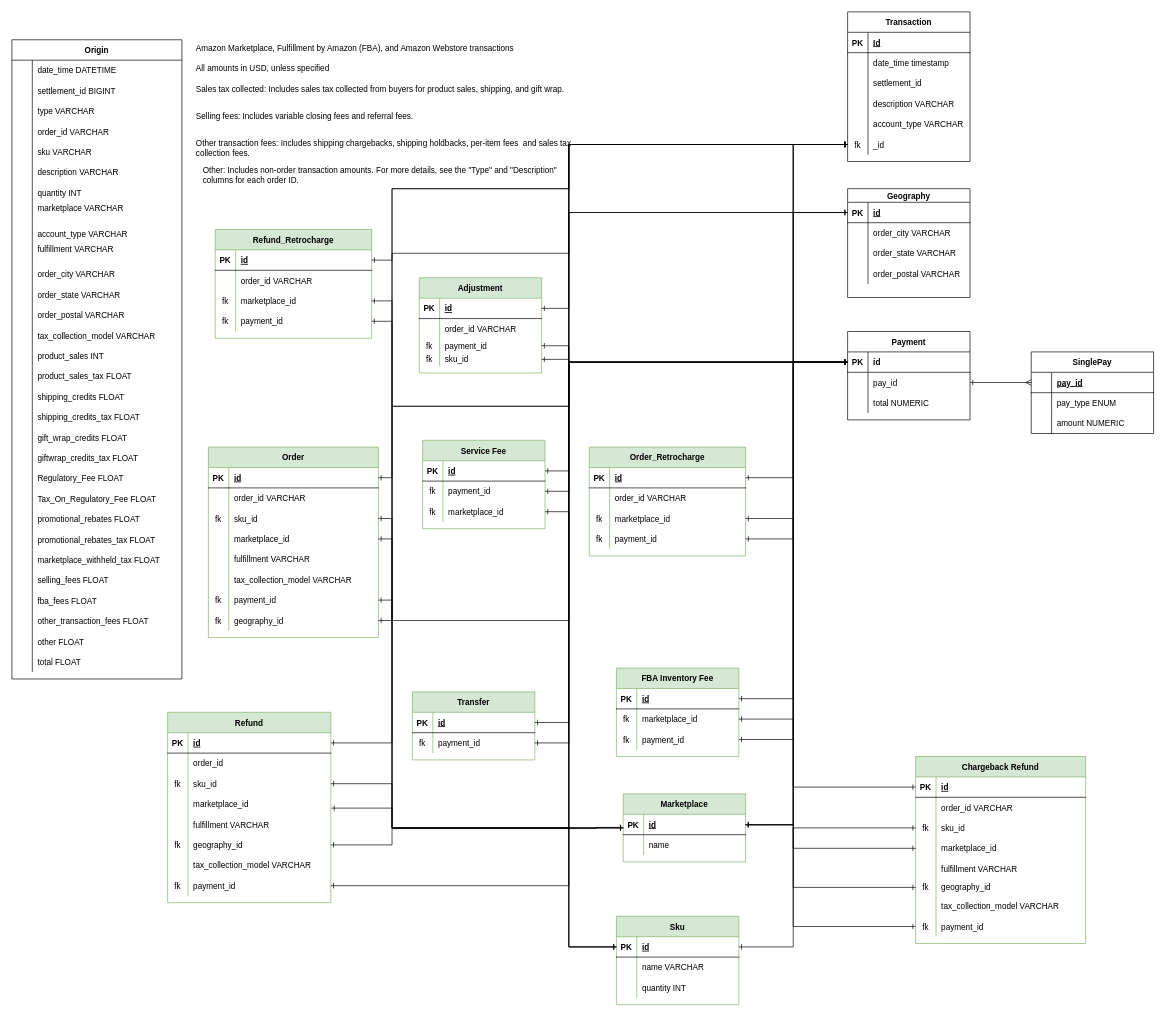
Before: norm_maelys.drawio.xml in Urzhumtsev1/maelys, a draw.io diagram. Source tidied: cells renumbered, new cells numbered last; positions are measured from the earlier drawing's top-left corner, leaving out a move shared by most shapes. Both pictures are drawn from the tidied source at 68%, with x=0, y=0 at pixel (12, 12).
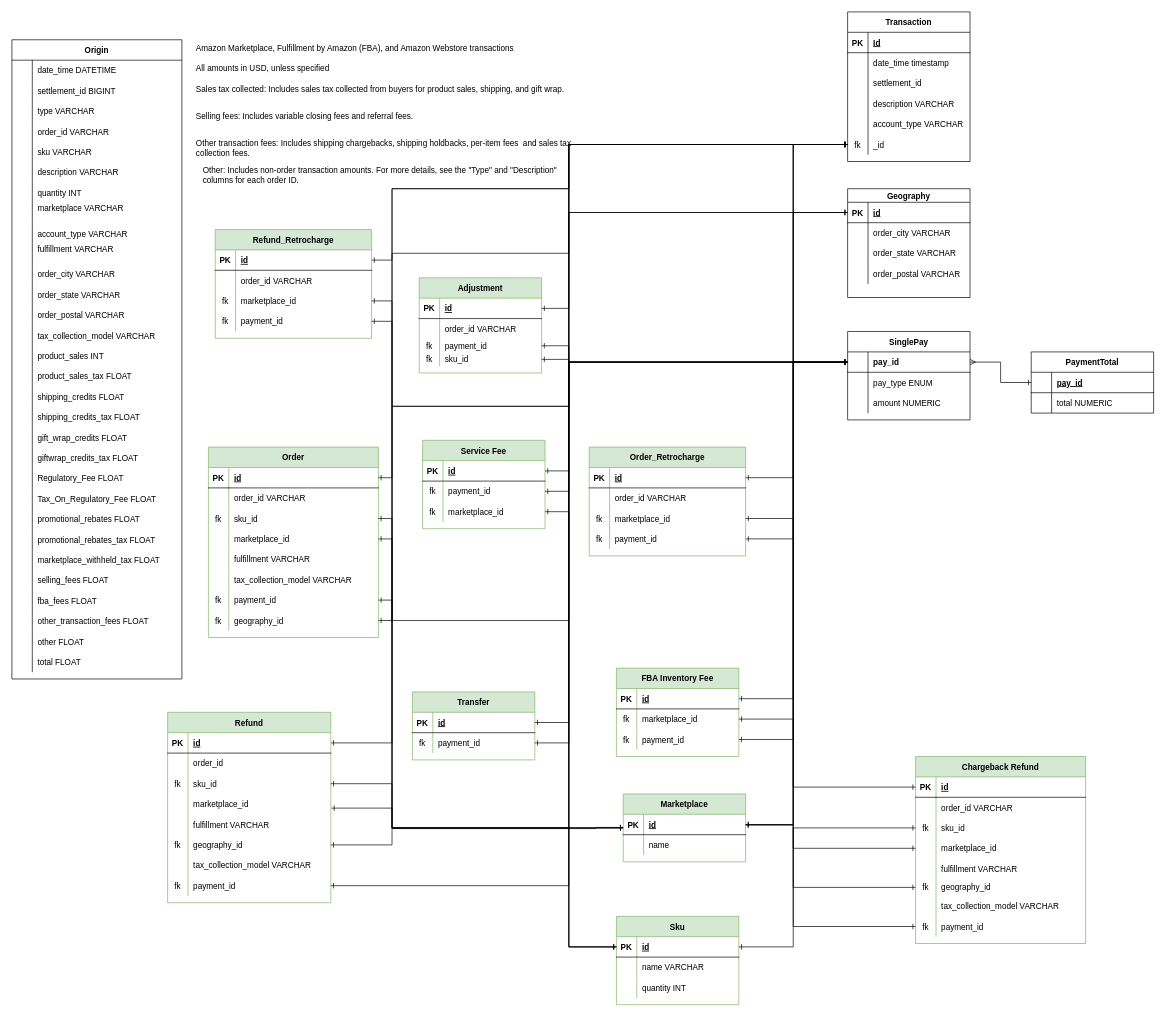
The same page after the edit.

Unchanged cells that the change refers to:
```xml
<mxCell id="229" style="shape=tableRow;horizontal=0;startSize=0;swimlaneHead=0;swimlaneBody=0;fillColor=none;points=[[0,0.5],[1,0.5]];portConstraint=eastwest;top=0;left=0;right=0;bottom=1;strokeColor=default;" parent="228" vertex="1">
  <mxGeometry y="30" width="180" height="30" as="geometry" />
</mxCell>
<mxCell id="232" style="shape=tableRow;horizontal=0;startSize=0;swimlaneHead=0;swimlaneBody=0;fillColor=none;points=[[0,0.5],[1,0.5]];portConstraint=eastwest;top=0;left=0;right=0;bottom=0;strokeColor=default;" parent="228" vertex="1">
  <mxGeometry y="60" width="180" height="30" as="geometry" />
</mxCell>
<mxCell id="235" style="shape=tableRow;horizontal=0;startSize=0;swimlaneHead=0;swimlaneBody=0;fillColor=none;top=0;left=0;right=0;bottom=0;strokeColor=default;" parent="228" vertex="1">
  <mxGeometry y="90" width="180" height="30" as="geometry" />
</mxCell>
<mxCell id="240" style="shape=tableRow;horizontal=0;startSize=0;swimlaneHead=0;swimlaneBody=0;fillColor=none;points=[[0,0.5],[1,0.5]];portConstraint=eastwest;top=0;left=0;right=0;bottom=1;strokeColor=default;" parent="239" vertex="1">
  <mxGeometry y="30" width="180" height="30" as="geometry" />
</mxCell>
```

Change to the diagram source:
```diff
@@
-    <mxCell id="228" value="Payment" style="shape=table;startSize=30;childLayout=tableLayout;rowLines=0;fontStyle=1;align=center;strokeColor=default;" parent="1" vertex="1">
+    <mxCell id="228" value="SinglePay" style="shape=table;startSize=30;childLayout=tableLayout;rowLines=0;fontStyle=1;align=center;strokeColor=default;" parent="1" vertex="1">
       <mxGeometry x="1229" y="470" width="180" height="130" as="geometry" />
     </mxCell>
@@
-    <mxCell id="230" value="PK" style="shape=partialRectangle;fillColor=none;top=0;left=0;bottom=0;right=0;fontStyle=1;overflow=hidden;strokeColor=default;" parent="229" vertex="1">
+    <mxCell id="230" style="shape=partialRectangle;fillColor=none;top=0;left=0;bottom=0;right=0;fontStyle=1;overflow=hidden;strokeColor=default;" parent="229" vertex="1">
       <mxGeometry width="30" height="30" as="geometry" />
     </mxCell>
-    <mxCell id="231" value="id" style="shape=partialRectangle;fillColor=none;top=0;left=0;bottom=0;right=0;align=left;spacingLeft=6;fontStyle=1;overflow=hidden;strokeColor=default;" parent="229" vertex="1">
+    <mxCell id="231" value="pay_id" style="shape=partialRectangle;fillColor=none;top=0;left=0;bottom=0;right=0;align=left;spacingLeft=6;fontStyle=1;overflow=hidden;strokeColor=default;" parent="229" vertex="1">
       <mxGeometry x="30" width="150" height="30" as="geometry" />
     </mxCell>
@@
-    <mxCell id="234" value="pay_id" style="shape=partialRectangle;fillColor=none;top=0;left=0;bottom=0;right=0;align=left;spacingLeft=6;overflow=hidden;strokeColor=default;" parent="232" vertex="1">
+    <mxCell id="234" value="pay_type ENUM" style="shape=partialRectangle;fillColor=none;top=0;left=0;bottom=0;right=0;align=left;spacingLeft=6;overflow=hidden;strokeColor=default;" parent="232" vertex="1">
       <mxGeometry x="30" width="150" height="30" as="geometry" />
     </mxCell>
@@
-    <mxCell id="237" value="total NUMERIC" style="shape=partialRectangle;fillColor=none;top=0;left=0;bottom=0;right=0;align=left;spacingLeft=6;overflow=hidden;strokeColor=default;" parent="235" vertex="1">
+    <mxCell id="237" value="amount NUMERIC" style="shape=partialRectangle;fillColor=none;top=0;left=0;bottom=0;right=0;align=left;spacingLeft=6;overflow=hidden;strokeColor=default;" parent="235" vertex="1">
       <mxGeometry x="30" width="150" height="30" as="geometry" />
     </mxCell>
@@
-    <mxCell id="239" value="SinglePay" style="shape=table;startSize=30;childLayout=tableLayout;rowLines=0;fontStyle=1;align=center;strokeColor=default;" parent="1" vertex="1">
-      <mxGeometry x="1499" y="500" width="180" height="120" as="geometry" />
+    <mxCell id="239" value="PaymentTotal" style="shape=table;startSize=30;childLayout=tableLayout;rowLines=0;fontStyle=1;align=center;strokeColor=default;" parent="1" vertex="1">
+      <mxGeometry x="1499" y="500" width="180" height="90" as="geometry" />
     </mxCell>
@@
-    <mxCell id="243" style="shape=tableRow;horizontal=0;startSize=0;swimlaneHead=0;swimlaneBody=0;fillColor=none;top=0;left=0;right=0;bottom=0;strokeColor=default;" parent="239" vertex="1">
-      <mxGeometry y="60" width="180" height="30" as="geometry" />
-    </mxCell>
-    <mxCell id="244" style="shape=partialRectangle;fillColor=none;top=0;left=0;bottom=0;right=0;overflow=hidden;strokeColor=default;" parent="243" vertex="1">
-      <mxGeometry width="30" height="30" as="geometry" />
-    </mxCell>
-    <mxCell id="245" value="pay_type ENUM" style="shape=partialRectangle;fillColor=none;top=0;left=0;bottom=0;right=0;align=left;spacingLeft=6;overflow=hidden;strokeColor=default;" parent="243" vertex="1">
-      <mxGeometry x="30" width="150" height="30" as="geometry" />
-    </mxCell>
     <mxCell id="246" style="shape=tableRow;horizontal=0;startSize=0;swimlaneHead=0;swimlaneBody=0;fillColor=none;top=0;left=0;right=0;bottom=0;strokeColor=default;" parent="239" vertex="1">
-      <mxGeometry y="90" width="180" height="30" as="geometry" />
+      <mxGeometry y="60" width="180" height="30" as="geometry" />
     </mxCell>
@@
-    <mxCell id="248" value="amount NUMERIC" style="shape=partialRectangle;fillColor=none;top=0;left=0;bottom=0;right=0;align=left;spacingLeft=6;overflow=hidden;strokeColor=default;" parent="246" vertex="1">
+    <mxCell id="248" value="total NUMERIC" style="shape=partialRectangle;fillColor=none;top=0;left=0;bottom=0;right=0;align=left;spacingLeft=6;overflow=hidden;strokeColor=default;" parent="246" vertex="1">
       <mxGeometry x="30" width="150" height="30" as="geometry" />
     </mxCell>
-    <mxCell id="249" style="edgeStyle=orthogonalEdgeStyle;rounded=0;jettySize=auto;html=1;exitX=1;exitY=0.5;exitDx=0;exitDy=0;entryX=0;entryY=0.5;entryDx=0;entryDy=0;startArrow=ERone;startFill=0;endArrow=ERmany;endFill=0;strokeWidth=1;" parent="1" edge="1" source="232" target="240">
-      <mxGeometry relative="1" as="geometry" />
-    </mxCell>
@@
+    <mxCell id="249" style="edgeStyle=orthogonalEdgeStyle;rounded=0;jettySize=auto;html=1;exitX=0;exitY=0.5;exitDx=0;exitDy=0;entryX=1;entryY=0.5;entryDx=0;entryDy=0;startArrow=ERone;startFill=0;endArrow=ERmany;endFill=0;strokeWidth=1;" parent="1" edge="1" source="240" target="229">
+      <mxGeometry relative="1" as="geometry" />
+    </mxCell>
```
